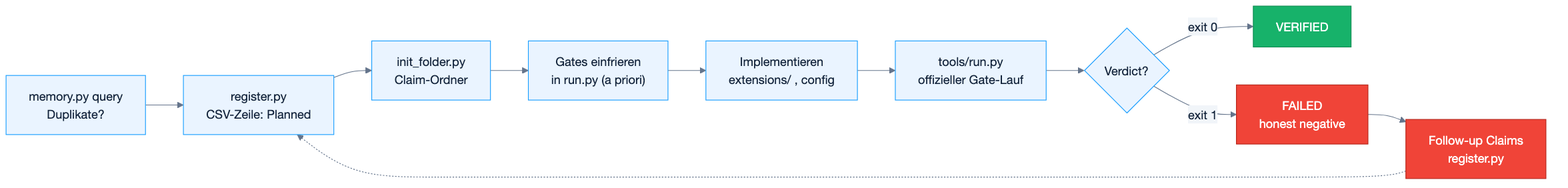
Earlier version of the Mermaid export docs/assets/diagrams/pawl-loop.png (sthamann/shopware-autoresearch). Its source is kept beside it as docs/assets/diagrams/pawl-loop.mmd. Source of this version:
```mermaid
flowchart LR
    A["memory.py query<br/>Duplikate?"] --> B["register.py<br/>CSV-Zeile: Planned"]
    B --> C["init_folder.py<br/>Claim-Ordner"]
    C --> D["Gates einfrieren<br/>in run.py (a priori)"]
    D --> E["Implementieren<br/>extensions/ , config"]
    E --> F["tools/run.py<br/>offizieller Gate-Lauf"]
    F --> G{"Verdict?"}
    G -->|exit 0| H["VERIFIED"]
    G -->|exit 1| I["FAILED<br/>honest negative"]
    I --> J["Follow-up Claims<br/>register.py"]
    J -.-> B

    classDef ok fill:#17B26A,stroke:#0E8A50,color:#fff;
    classDef bad fill:#F04438,stroke:#B42318,color:#fff;
    classDef step fill:#EAF4FF,stroke:#189EFF,color:#12233A;
    class H ok;
    class I,J bad;
    class A,B,C,D,E,F step;
```
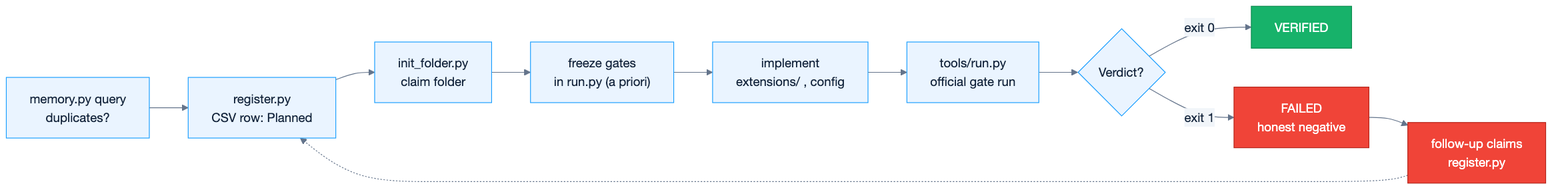
After the change.

The edit, as a diff of the source:
```diff
@@ -1,13 +1,13 @@
 flowchart LR
-    A["memory.py query<br/>Duplikate?"] --> B["register.py<br/>CSV-Zeile: Planned"]
-    B --> C["init_folder.py<br/>Claim-Ordner"]
-    C --> D["Gates einfrieren<br/>in run.py (a priori)"]
-    D --> E["Implementieren<br/>extensions/ , config"]
-    E --> F["tools/run.py<br/>offizieller Gate-Lauf"]
+    A["memory.py query<br/>duplicates?"] --> B["register.py<br/>CSV row: Planned"]
+    B --> C["init_folder.py<br/>claim folder"]
+    C --> D["freeze gates<br/>in run.py (a priori)"]
+    D --> E["implement<br/>extensions/ , config"]
+    E --> F["tools/run.py<br/>official gate run"]
     F --> G{"Verdict?"}
     G -->|exit 0| H["VERIFIED"]
     G -->|exit 1| I["FAILED<br/>honest negative"]
-    I --> J["Follow-up Claims<br/>register.py"]
+    I --> J["follow-up claims<br/>register.py"]
     J -.-> B
 
     classDef ok fill:#17B26A,stroke:#0E8A50,color:#fff;
```
